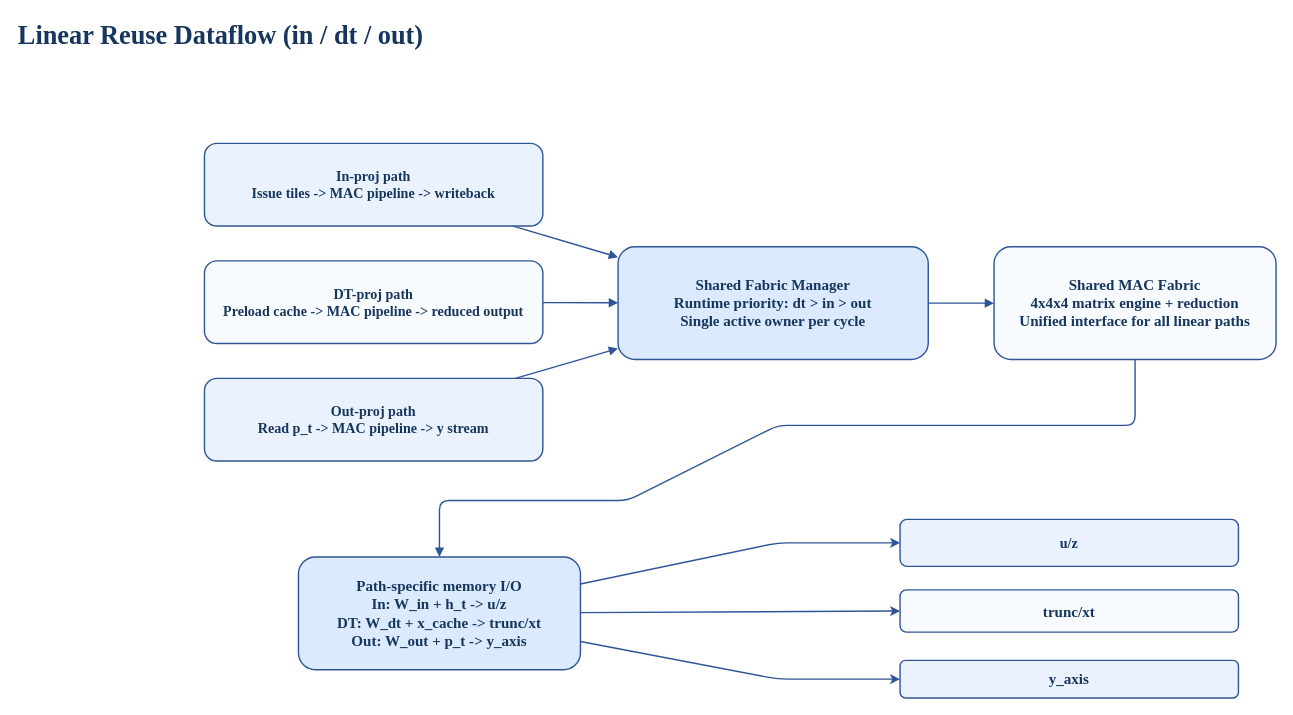
This is page "P3 Block MAC Reuse" (3 of 4) of docx/presentation/thesis/drawio/thesis_archi_export.drawio from Elison-debug/Cmamba_reconstruct, a draw.io file, before an edit. Source tidied: cells renumbered, new cells numbered last; positions are measured from the earlier drawing's top-left corner, leaving out a move shared by most shapes. Both pictures are drawn from the tidied source at 94%, with x=0, y=0 at pixel (16, 16).
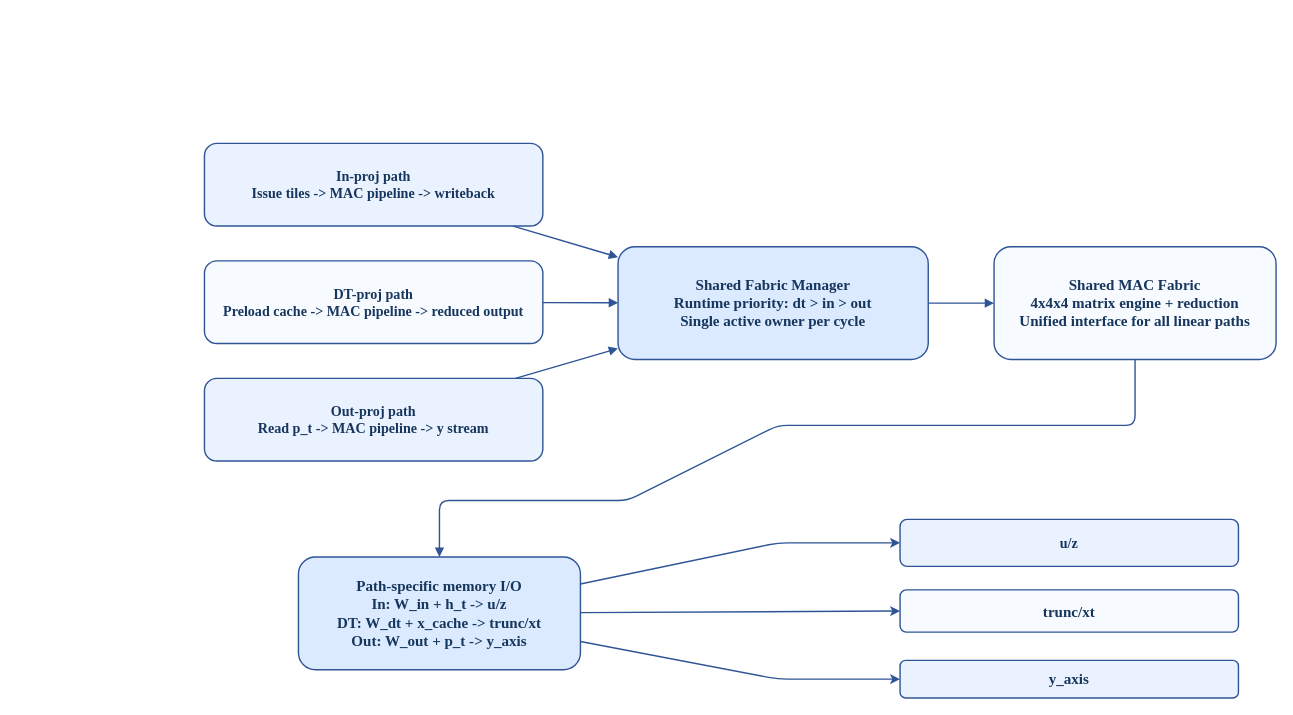
The same diagram, later.

What changed in the source:
```diff
@@
-    <mxCell id="2" value="Linear Reuse Dataflow (in / dt / out)" style="text;html=1;strokeColor=none;fillColor=none;align=left;verticalAlign=middle;fontFamily=Times New Roman;fontSize=28;fontStyle=1;fontColor=#17365D;" parent="1" vertex="1">
-      <mxGeometry width="820" height="40" as="geometry" />
-    </mxCell>
```
